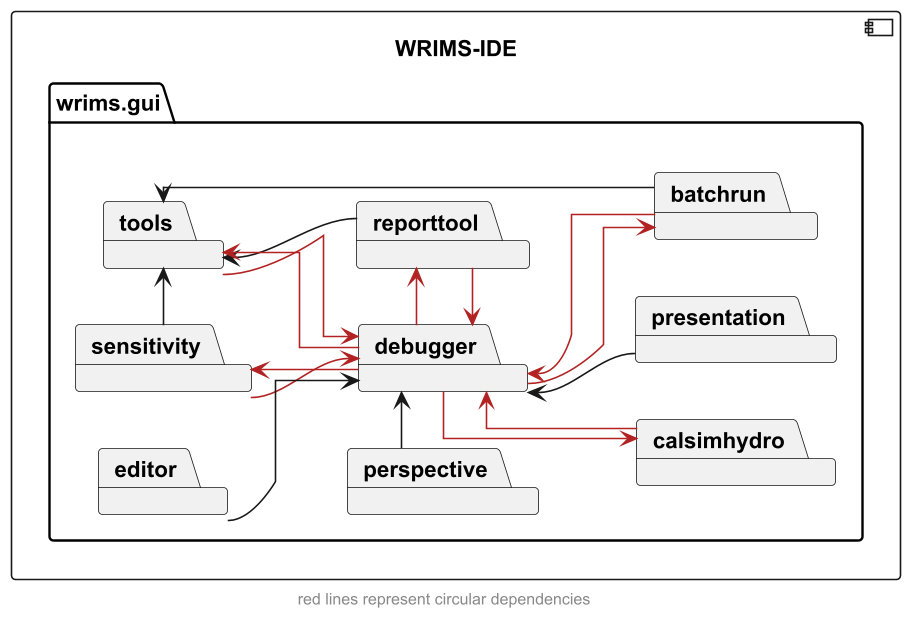
Before: docs/diagrams/wrims-modules/wrims-ide/wrims-ide-interdeps.png, a diagram exported from PlantUML (CentralValleyModeling/wrims-gui).
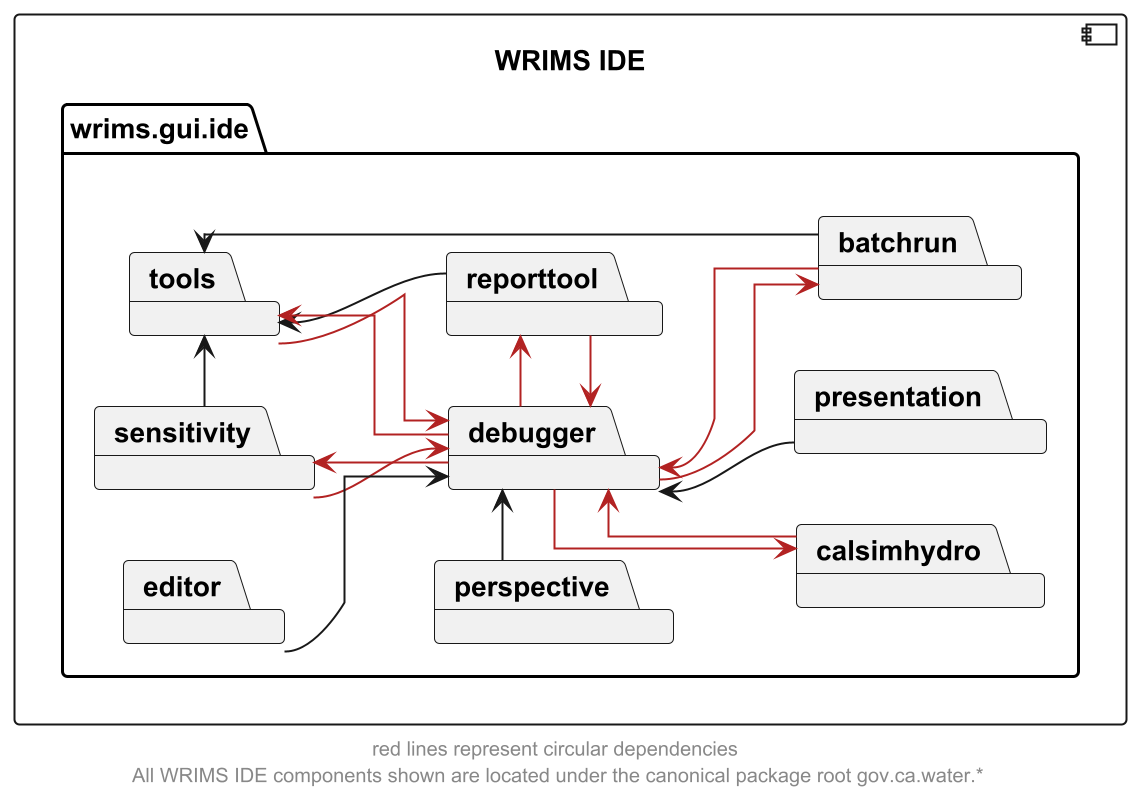
The same diagram one commit later.

The edit, as a diff of the source:
```diff
@@ -2,8 +2,8 @@
 left to right direction
 skinparam linetype ortho
 
-component WRIMS_IDE as "WRIMS-IDE" {
-    package wrims.gui {
+component WRIMS_IDE as "WRIMS IDE" {
+    package wrims.gui.ide {
         package debugger
         package sensitivity
         package tools
@@ -39,5 +39,5 @@
 perspective -> debugger
 presentation -u-> debugger
 
-footer "red lines represent circular dependencies"
+footer "red lines represent circular dependencies\n All WRIMS IDE components shown are located under the canonical package root gov.ca.water.*"
 @enduml
```
